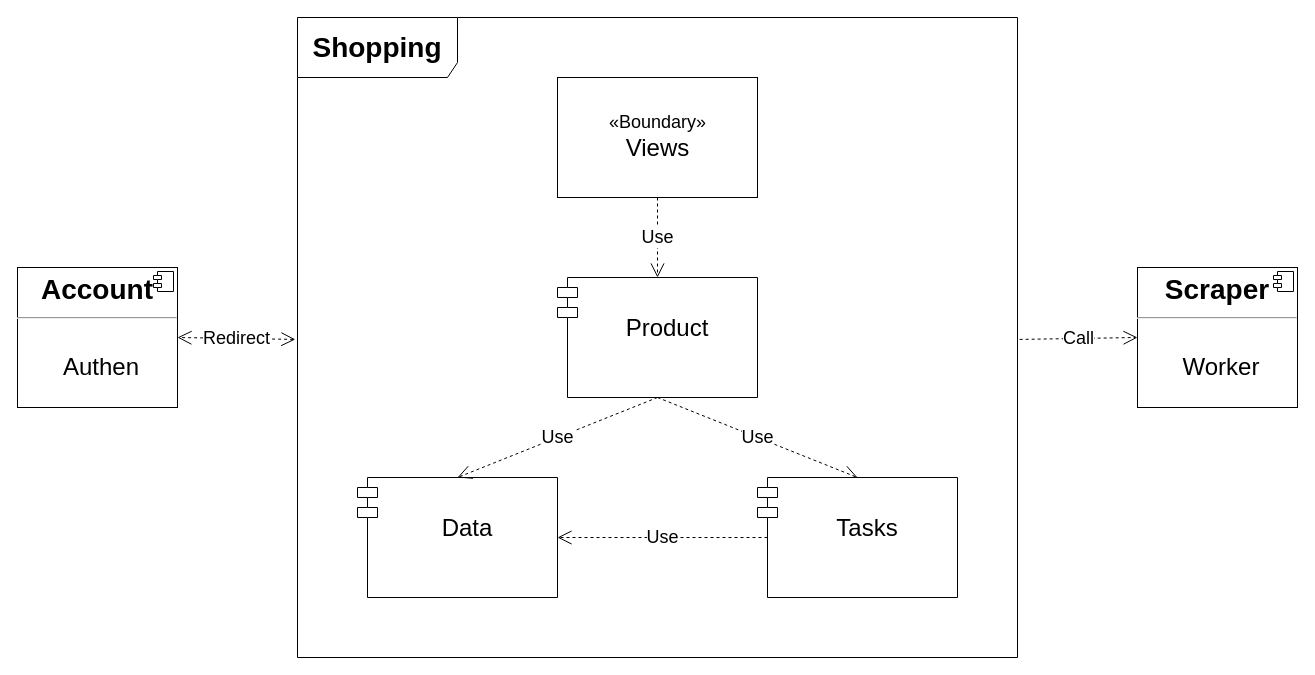
This is page "Shopping Overall" (1 of 2) of docs/cmp_shopping.drawio from ypeng90/shopper, a draw.io file, before an edit. Source tidied: cells renumbered, new cells numbered last; positions are measured from the earlier drawing's top-left corner, leaving out a move shared by most shapes. Both pictures are drawn from the tidied source at 100%, with x=0, y=0 at pixel (17, 17).
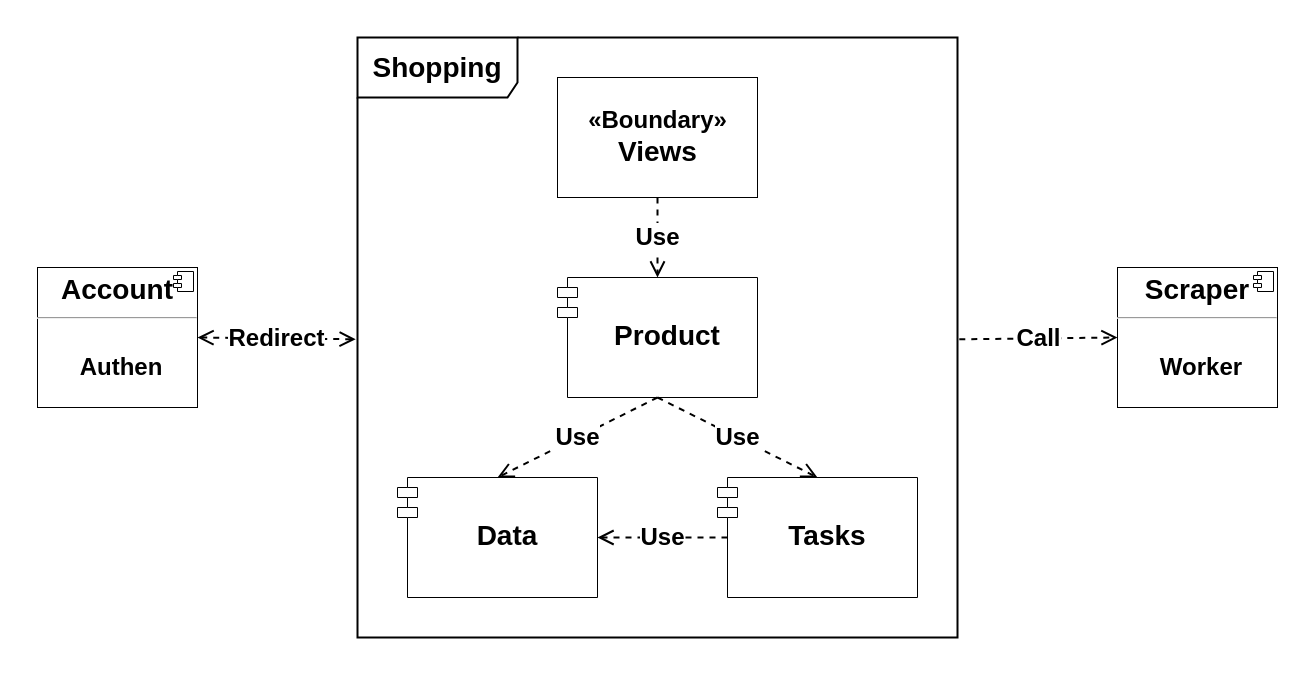
Above is the later version.

Diff of the diagram source:
```diff
@@
 <mxGraphModel background="#ffffff">
   <root>
     <mxCell id="0" />
     <mxCell id="1" parent="0" />
-    <mxCell id="2" value="&lt;font style=&quot;font-size: 28px&quot;&gt;&lt;b&gt;Shopping&lt;/b&gt;&lt;/font&gt;" style="shape=umlFrame;whiteSpace=wrap;html=1;width=160;height=60;" parent="1" vertex="1">
-      <mxGeometry x="280" width="720" height="640" as="geometry" />
+    <mxCell id="2" value="&lt;font style=&quot;font-size: 28px&quot;&gt;&lt;b&gt;Shopping&lt;/b&gt;&lt;/font&gt;" style="shape=umlFrame;whiteSpace=wrap;html=1;width=160;height=60;strokeWidth=2;" parent="1" vertex="1">
+      <mxGeometry x="340" y="20" width="600" height="600" as="geometry" />
     </mxCell>
-    <mxCell id="3" value="&lt;font style=&quot;font-size: 18px&quot;&gt;«Boundary»&lt;/font&gt;&lt;br&gt;&lt;font style=&quot;font-size: 24px&quot;&gt;Views&lt;/font&gt;" style="html=1;" parent="1" vertex="1">
+    <mxCell id="3" value="&lt;font size=&quot;1&quot;&gt;&lt;b style=&quot;font-size: 24px&quot;&gt;«Boundary»&lt;/b&gt;&lt;/font&gt;&lt;br&gt;&lt;font size=&quot;1&quot;&gt;&lt;b style=&quot;font-size: 28px&quot;&gt;Views&lt;/b&gt;&lt;/font&gt;" style="html=1;" parent="1" vertex="1">
       <mxGeometry x="540" y="60" width="200" height="120" as="geometry" />
     </mxCell>
-    <mxCell id="4" value="&#10;Product" style="shape=module;align=left;spacingLeft=20;align=center;verticalAlign=top;fontSize=24;" parent="1" vertex="1">
+    <mxCell id="4" value="&#10;Product" style="shape=module;align=left;spacingLeft=20;align=center;verticalAlign=top;fontSize=28;fontStyle=1;" parent="1" vertex="1">
       <mxGeometry x="540" y="260" width="200" height="120" as="geometry" />
     </mxCell>
-    <mxCell id="5" value="&#10;Data" style="shape=module;align=left;spacingLeft=20;align=center;verticalAlign=top;fontSize=24;" parent="1" vertex="1">
-      <mxGeometry x="340" y="460" width="200" height="120" as="geometry" />
+    <mxCell id="5" value="&#10;Data" style="shape=module;align=left;spacingLeft=20;align=center;verticalAlign=top;fontSize=28;fontStyle=1;" parent="1" vertex="1">
+      <mxGeometry x="380" y="460" width="200" height="120" as="geometry" />
     </mxCell>
-    <mxCell id="6" value="Use" style="endArrow=open;endSize=12;dashed=1;html=1;fontSize=18;exitX=0.5;exitY=1;exitDx=0;exitDy=0;entryX=0.5;entryY=0;entryDx=0;entryDy=0;" parent="1" edge="1" source="3" target="4">
+    <mxCell id="6" value="Use" style="endArrow=open;endSize=12;dashed=1;html=1;fontSize=24;exitX=0.5;exitY=1;exitDx=0;exitDy=0;entryX=0.5;entryY=0;entryDx=0;entryDy=0;strokeWidth=2;fontStyle=1;" parent="1" edge="1" source="3" target="4">
       <mxGeometry relative="1" as="geometry" />
     </mxCell>
-    <mxCell id="7" value="Use" style="endArrow=open;endSize=12;dashed=1;html=1;fontSize=18;exitX=0.5;exitY=1;exitDx=0;exitDy=0;entryX=0.5;entryY=0;entryDx=0;entryDy=0;" parent="1" edge="1" source="4" target="5">
+    <mxCell id="7" value="Use" style="endArrow=open;endSize=12;dashed=1;html=1;fontSize=24;exitX=0.5;exitY=1;exitDx=0;exitDy=0;entryX=0.5;entryY=0;entryDx=0;entryDy=0;strokeWidth=2;fontStyle=1;" parent="1" edge="1" source="4" target="5">
       <mxGeometry relative="1" as="geometry" />
     </mxCell>
-    <mxCell id="8" value="Use" style="endArrow=open;endSize=12;dashed=1;html=1;fontSize=18;entryX=0.5;entryY=0;entryDx=0;entryDy=0;exitX=0.5;exitY=1;exitDx=0;exitDy=0;" parent="1" edge="1" source="4" target="9">
+    <mxCell id="8" value="Use" style="endArrow=open;endSize=12;dashed=1;html=1;fontSize=24;entryX=0.5;entryY=0;entryDx=0;entryDy=0;exitX=0.5;exitY=1;exitDx=0;exitDy=0;fontStyle=1;strokeWidth=2;" parent="1" edge="1" source="4" target="9">
       <mxGeometry relative="1" as="geometry" />
     </mxCell>
-    <mxCell id="9" value="&#10;Tasks" style="shape=module;align=left;spacingLeft=20;align=center;verticalAlign=top;fontSize=24;" parent="1" vertex="1">
-      <mxGeometry x="740" y="460" width="200" height="120" as="geometry" />
+    <mxCell id="9" value="&#10;Tasks" style="shape=module;align=left;spacingLeft=20;align=center;verticalAlign=top;fontSize=28;fontStyle=1;" parent="1" vertex="1">
+      <mxGeometry x="700" y="460" width="200" height="120" as="geometry" />
     </mxCell>
-    <mxCell id="10" value="Use" style="endArrow=open;endSize=12;dashed=1;html=1;entryX=1;entryY=0.5;entryDx=0;entryDy=0;exitX=0;exitY=0.5;exitDx=10;exitDy=0;fontSize=18;exitPerimeter=0;" parent="1" edge="1" source="9" target="5">
+    <mxCell id="10" value="Use" style="endArrow=open;endSize=12;dashed=1;html=1;entryX=1;entryY=0.5;entryDx=0;entryDy=0;exitX=0;exitY=0.5;exitDx=10;exitDy=0;fontSize=24;exitPerimeter=0;strokeWidth=2;fontStyle=1;" parent="1" edge="1" source="9" target="5">
       <mxGeometry relative="1" as="geometry" />
     </mxCell>
-    <mxCell id="11" value="Call" style="endArrow=open;endSize=12;dashed=1;html=1;entryX=0;entryY=0.5;entryDx=0;entryDy=0;fontSize=18;exitX=1.003;exitY=0.503;exitDx=0;exitDy=0;exitPerimeter=0;" parent="1" edge="1" source="2" target="12">
+    <mxCell id="11" value="Call" style="endArrow=open;endSize=12;dashed=1;html=1;entryX=0;entryY=0.5;entryDx=0;entryDy=0;fontSize=24;exitX=1.003;exitY=0.503;exitDx=0;exitDy=0;exitPerimeter=0;fontStyle=1;strokeWidth=2;" parent="1" edge="1" source="2" target="12">
       <mxGeometry relative="1" as="geometry" />
     </mxCell>
-    <mxCell id="12" value="&lt;p style=&quot;margin: 0px ; margin-top: 6px ; text-align: center&quot;&gt;&lt;b&gt;&lt;font style=&quot;font-size: 28px&quot;&gt;Scraper&lt;/font&gt;&lt;/b&gt;&lt;/p&gt;&lt;hr style=&quot;font-size: 20px&quot;&gt;&lt;p style=&quot;margin: 0px 0px 0px 8px ; font-size: 20px&quot;&gt;&lt;br&gt;&lt;/p&gt;&lt;p style=&quot;text-align: center ; margin: 0px 0px 0px 8px&quot;&gt;&lt;font style=&quot;font-size: 24px&quot;&gt;Worker&lt;/font&gt;&lt;/p&gt;" style="align=left;overflow=fill;html=1;" parent="1" vertex="1">
-      <mxGeometry x="1120" y="250" width="160" height="140" as="geometry" />
+    <mxCell id="12" value="&lt;p style=&quot;margin: 0px ; margin-top: 6px ; text-align: center&quot;&gt;&lt;b&gt;&lt;font style=&quot;font-size: 28px&quot;&gt;Scraper&lt;/font&gt;&lt;/b&gt;&lt;/p&gt;&lt;hr style=&quot;font-size: 20px&quot;&gt;&lt;p style=&quot;margin: 0px 0px 0px 8px ; font-size: 20px&quot;&gt;&lt;br&gt;&lt;/p&gt;&lt;p style=&quot;text-align: center ; margin: 0px 0px 0px 8px&quot;&gt;&lt;font style=&quot;font-size: 24px&quot;&gt;&lt;b&gt;Worker&lt;/b&gt;&lt;/font&gt;&lt;/p&gt;" style="align=left;overflow=fill;html=1;" parent="1" vertex="1">
+      <mxGeometry x="1100" y="250" width="160" height="140" as="geometry" />
     </mxCell>
     <mxCell id="13" style="shape=component;jettyWidth=8;jettyHeight=4;" parent="12" vertex="1">
       <mxGeometry x="1" width="20" height="20" relative="1" as="geometry">
         <mxPoint x="-24" y="4" as="offset" />
       </mxGeometry>
     </mxCell>
-    <mxCell id="14" value="&lt;p style=&quot;margin: 0px ; margin-top: 6px ; text-align: center&quot;&gt;&lt;b&gt;&lt;font style=&quot;font-size: 28px&quot;&gt;Account&lt;/font&gt;&lt;/b&gt;&lt;/p&gt;&lt;hr style=&quot;font-size: 20px&quot;&gt;&lt;p style=&quot;margin: 0px 0px 0px 8px ; font-size: 20px&quot;&gt;&lt;font style=&quot;font-size: 20px&quot;&gt;&lt;br&gt;&lt;/font&gt;&lt;/p&gt;&lt;p style=&quot;text-align: center ; margin: 0px 0px 0px 8px&quot;&gt;&lt;font style=&quot;font-size: 24px&quot;&gt;Authen&lt;/font&gt;&lt;/p&gt;" style="align=left;overflow=fill;html=1;" parent="1" vertex="1">
-      <mxGeometry y="250" width="160" height="140" as="geometry" />
+    <mxCell id="14" value="&lt;p style=&quot;margin: 0px ; margin-top: 6px ; text-align: center&quot;&gt;&lt;b&gt;&lt;font style=&quot;font-size: 28px&quot;&gt;Account&lt;/font&gt;&lt;/b&gt;&lt;/p&gt;&lt;hr style=&quot;font-size: 20px&quot;&gt;&lt;p style=&quot;margin: 0px 0px 0px 8px ; font-size: 20px&quot;&gt;&lt;font style=&quot;font-size: 20px&quot;&gt;&lt;br&gt;&lt;/font&gt;&lt;/p&gt;&lt;p style=&quot;text-align: center ; margin: 0px 0px 0px 8px&quot;&gt;&lt;font style=&quot;font-size: 24px&quot;&gt;&lt;b&gt;Authen&lt;/b&gt;&lt;/font&gt;&lt;/p&gt;" style="align=left;overflow=fill;html=1;" parent="1" vertex="1">
+      <mxGeometry x="20" y="250" width="160" height="140" as="geometry" />
     </mxCell>
     <mxCell id="15" style="shape=component;jettyWidth=8;jettyHeight=4;" parent="14" vertex="1">
       <mxGeometry x="1" width="20" height="20" relative="1" as="geometry">
         <mxPoint x="-24" y="4" as="offset" />
       </mxGeometry>
     </mxCell>
-    <mxCell id="16" value="Redirect" style="endArrow=open;endSize=12;dashed=1;html=1;fontSize=18;entryX=1;entryY=0.5;entryDx=0;entryDy=0;startArrow=open;startFill=0;startSize=12;exitX=-0.003;exitY=0.503;exitDx=0;exitDy=0;exitPerimeter=0;" parent="1" edge="1" source="2" target="14">
+    <mxCell id="16" value="Redirect" style="endArrow=open;endSize=12;dashed=1;html=1;fontSize=24;entryX=1;entryY=0.5;entryDx=0;entryDy=0;startArrow=open;startFill=0;startSize=12;exitX=-0.003;exitY=0.503;exitDx=0;exitDy=0;exitPerimeter=0;strokeWidth=2;fontStyle=1;" parent="1" edge="1" source="2" target="14">
       <mxGeometry relative="1" as="geometry" />
     </mxCell>
   </root>
 </mxGraphModel>
```
